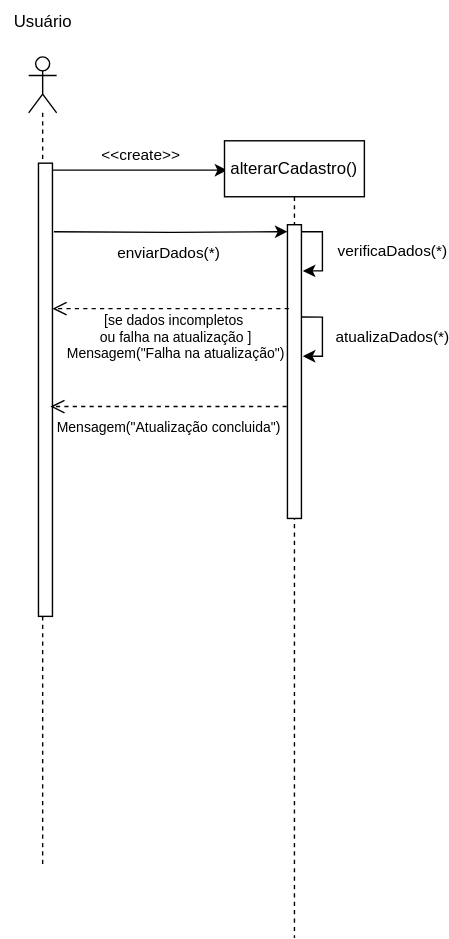
The draw.io diagram Diagrama 3.drawio.svg in JesCat16/Projeto01_Modelagem_De_Software, before a commit. Source tidied: cells renumbered, new cells last; positions are measured from the earlier drawing's top-left corner, leaving out a move shared by most shapes.
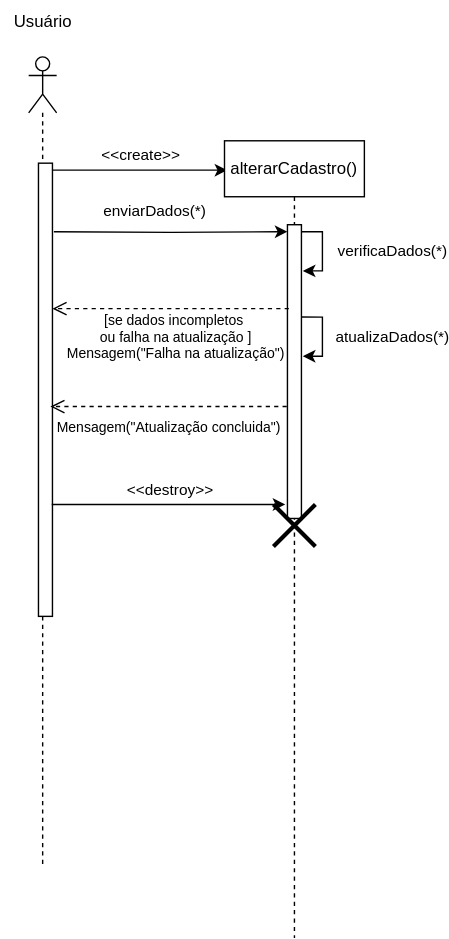
Above is the later version.

What changed in the source:
```diff
@@ -41,6 +41,9 @@
         <mxPoint x="51" as="offset" />
       </mxGeometry>
     </mxCell>
+    <mxCell id="19" style="shape=umlDestroy;whiteSpace=wrap;html=1;strokeWidth=3;targetShapes=umlLifeline;" parent="7" vertex="1">
+      <mxGeometry x="35" y="260" width="30" height="30" as="geometry" />
+    </mxCell>
     <mxCell id="11" style="edgeStyle=orthogonalEdgeStyle;rounded=0;jettySize=auto;html=1;curved=0;entryX=0;entryY=0;entryDx=0;entryDy=5;entryPerimeter=0;" parent="1" edge="1" target="8">
       <mxGeometry relative="1" as="geometry">
         <mxPoint x="38" y="165" as="sourcePoint" />
@@ -48,7 +51,7 @@
     </mxCell>
     <mxCell id="12" value="enviarDados(*)" style="edgeLabel;html=1;align=center;verticalAlign=middle;" parent="11" vertex="1">
       <mxGeometry x="-0.68" y="2" relative="1" as="geometry">
-        <mxPoint x="55" y="17" as="offset" />
+        <mxPoint x="45" y="-13" as="offset" />
       </mxGeometry>
     </mxCell>
     <mxCell id="13" value="[se dados incompletos&amp;nbsp;&lt;div&gt;&lt;span style=&quot;background-color: initial;&quot;&gt;ou falha na atualização ]&lt;/span&gt;&lt;div style=&quot;font-size: 10px;&quot;&gt;Mensagem(&quot;Falha na atualização&quot;)&lt;/div&gt;&lt;/div&gt;" style="text;html=1;align=center;verticalAlign=middle;strokeColor=none;fillColor=none;fontSize=10;" parent="1" vertex="1">
@@ -84,5 +87,16 @@
         <mxPoint x="35.5" y="290" as="targetPoint" />
       </mxGeometry>
     </mxCell>
+    <mxCell id="20" style="edgeStyle=orthogonalEdgeStyle;rounded=0;orthogonalLoop=1;jettySize=auto;html=1;curved=0;entryX=0;entryY=0;entryDx=0;entryDy=5;entryPerimeter=0;" parent="1" edge="1">
+      <mxGeometry relative="1" as="geometry">
+        <mxPoint x="36.5" y="360" as="sourcePoint" />
+        <mxPoint x="203.5" y="360" as="targetPoint" />
+      </mxGeometry>
+    </mxCell>
+    <mxCell id="21" value="&amp;lt;&amp;lt;destroy&amp;gt;&amp;gt;" style="edgeLabel;html=1;align=center;verticalAlign=middle;" parent="20" vertex="1">
+      <mxGeometry x="-0.68" y="2" relative="1" as="geometry">
+        <mxPoint x="57" y="-8" as="offset" />
+      </mxGeometry>
+    </mxCell>
   </root>
 </mxGraphModel>
```
